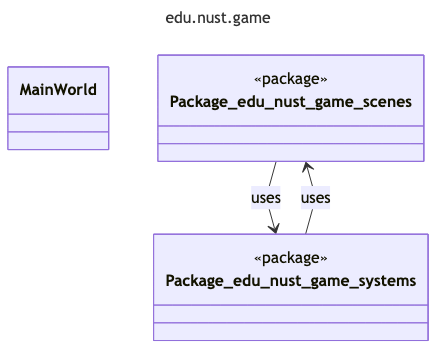
Earlier version of the Mermaid export uml/generated/png/package_edu_nust_game.png (zombie-zero-nust/zombie-zero). Its source is kept beside it as uml/generated/mmd/package_edu_nust_game.mmd.
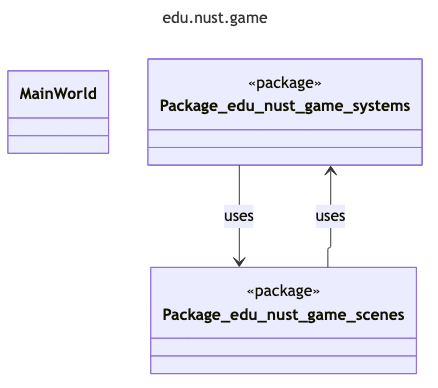
Above is the later version.

What changed in the source:
```diff
@@ -2,14 +2,14 @@
 title: edu.nust.game
 config:
   look: classic
-  layout: dagre
+  layout: elk
   flowchart:
     curve: linear
   class:
     defaultRenderer: dagre-wrapper
 ---
 classDiagram
-class MainWorld
+  class MainWorld
 class Package_edu_nust_game_scenes <<package>>
 class Package_edu_nust_game_systems <<package>>
 Package_edu_nust_game_scenes --> Package_edu_nust_game_systems : uses
```
